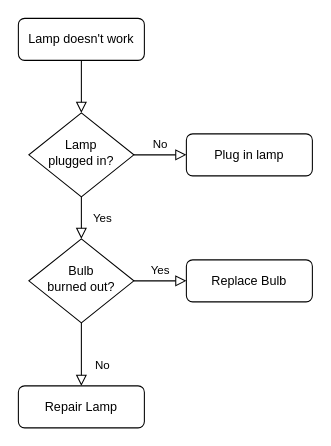
Earlier version of the draw.io diagram Untitled Diagram.drawio (BStainthorpe/Flowcharts). Source tidied: cells renumbered, new cells numbered last; positions are measured from the earlier drawing's top-left corner, leaving out a move shared by most shapes. Both pictures are drawn from the tidied source at 105%, with x=0, y=0 at pixel (18, 18).
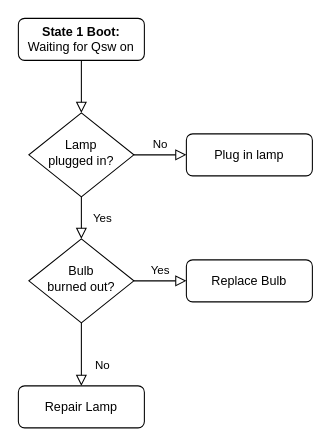
The same diagram, later.

Change to the diagram source:
```diff
@@
 <mxGraphModel>
   <root>
     <mxCell id="0" />
     <mxCell id="1" parent="0" />
     <mxCell id="2" style="rounded=0;html=1;jettySize=auto;fontSize=11;endArrow=block;endFill=0;endSize=8;strokeWidth=1;shadow=0;labelBackgroundColor=none;edgeStyle=orthogonalEdgeStyle;" parent="1" edge="1" source="3" target="6">
       <mxGeometry relative="1" as="geometry" />
     </mxCell>
-    <mxCell id="3" value="Lamp doesn't work" style="rounded=1;whiteSpace=wrap;html=1;fontSize=12;glass=0;strokeWidth=1;shadow=0;" parent="1" vertex="1">
+    <mxCell id="3" value="&lt;b&gt;State 1 Boot:&lt;/b&gt;&lt;div&gt;Waiting for Qsw on&lt;/div&gt;" style="rounded=1;whiteSpace=wrap;html=1;fontSize=12;glass=0;strokeWidth=1;shadow=0;" parent="1" vertex="1">
       <mxGeometry width="120" height="40" as="geometry" />
     </mxCell>
     <mxCell id="4" value="Yes" style="rounded=0;html=1;jettySize=auto;fontSize=11;endArrow=block;endFill=0;endSize=8;strokeWidth=1;shadow=0;labelBackgroundColor=none;edgeStyle=orthogonalEdgeStyle;" parent="1" edge="1" source="6" target="10">
       <mxGeometry y="20" relative="1" as="geometry" />
     </mxCell>
     <mxCell id="5" value="No" style="edgeStyle=orthogonalEdgeStyle;rounded=0;html=1;jettySize=auto;fontSize=11;endArrow=block;endFill=0;endSize=8;strokeWidth=1;shadow=0;labelBackgroundColor=none;" parent="1" edge="1" source="6" target="7">
       <mxGeometry y="10" relative="1" as="geometry" />
     </mxCell>
     <mxCell id="6" value="Lamp&lt;br&gt;plugged in?" style="rhombus;whiteSpace=wrap;html=1;shadow=0;fontFamily=Helvetica;fontSize=12;align=center;strokeWidth=1;spacing=6;spacingTop=-4;" parent="1" vertex="1">
       <mxGeometry x="10" y="90" width="100" height="80" as="geometry" />
     </mxCell>
     <mxCell id="7" value="Plug in lamp" style="rounded=1;whiteSpace=wrap;html=1;fontSize=12;glass=0;strokeWidth=1;shadow=0;" parent="1" vertex="1">
       <mxGeometry x="160" y="110" width="120" height="40" as="geometry" />
     </mxCell>
     <mxCell id="8" value="No" style="rounded=0;html=1;jettySize=auto;fontSize=11;endArrow=block;endFill=0;endSize=8;strokeWidth=1;shadow=0;labelBackgroundColor=none;edgeStyle=orthogonalEdgeStyle;" parent="1" edge="1" source="10" target="11">
       <mxGeometry x="0.33" y="20" relative="1" as="geometry" />
     </mxCell>
     <mxCell id="9" value="Yes" style="edgeStyle=orthogonalEdgeStyle;rounded=0;html=1;jettySize=auto;fontSize=11;endArrow=block;endFill=0;endSize=8;strokeWidth=1;shadow=0;labelBackgroundColor=none;" parent="1" edge="1" source="10" target="12">
       <mxGeometry y="10" relative="1" as="geometry" />
     </mxCell>
     <mxCell id="10" value="Bulb&lt;br&gt;burned out?" style="rhombus;whiteSpace=wrap;html=1;shadow=0;fontFamily=Helvetica;fontSize=12;align=center;strokeWidth=1;spacing=6;spacingTop=-4;" parent="1" vertex="1">
       <mxGeometry x="10" y="210" width="100" height="80" as="geometry" />
     </mxCell>
     <mxCell id="11" value="Repair Lamp" style="rounded=1;whiteSpace=wrap;html=1;fontSize=12;glass=0;strokeWidth=1;shadow=0;" parent="1" vertex="1">
       <mxGeometry y="350" width="120" height="40" as="geometry" />
     </mxCell>
     <mxCell id="12" value="Replace Bulb" style="rounded=1;whiteSpace=wrap;html=1;fontSize=12;glass=0;strokeWidth=1;shadow=0;" parent="1" vertex="1">
       <mxGeometry x="160" y="230" width="120" height="40" as="geometry" />
     </mxCell>
   </root>
 </mxGraphModel>
```
